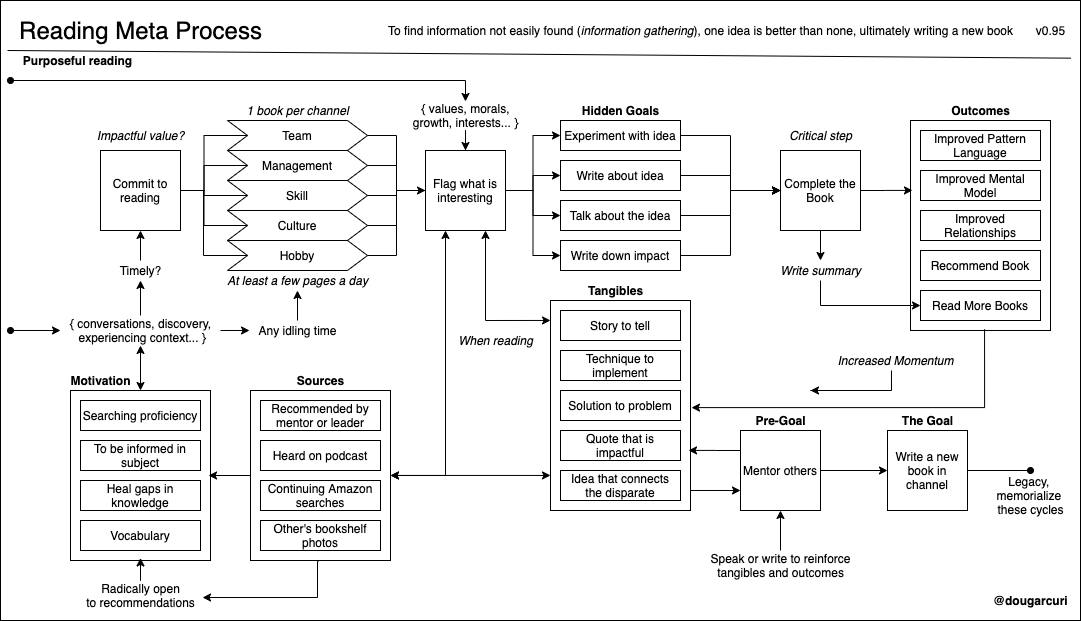
Above: books/diagrams/reading-process.png in solidi/learning-notes (draw.io), before the change. Source tidied: cells renumbered, new cells last; positions are measured from the earlier drawing's top-left corner, leaving out a move shared by most shapes.
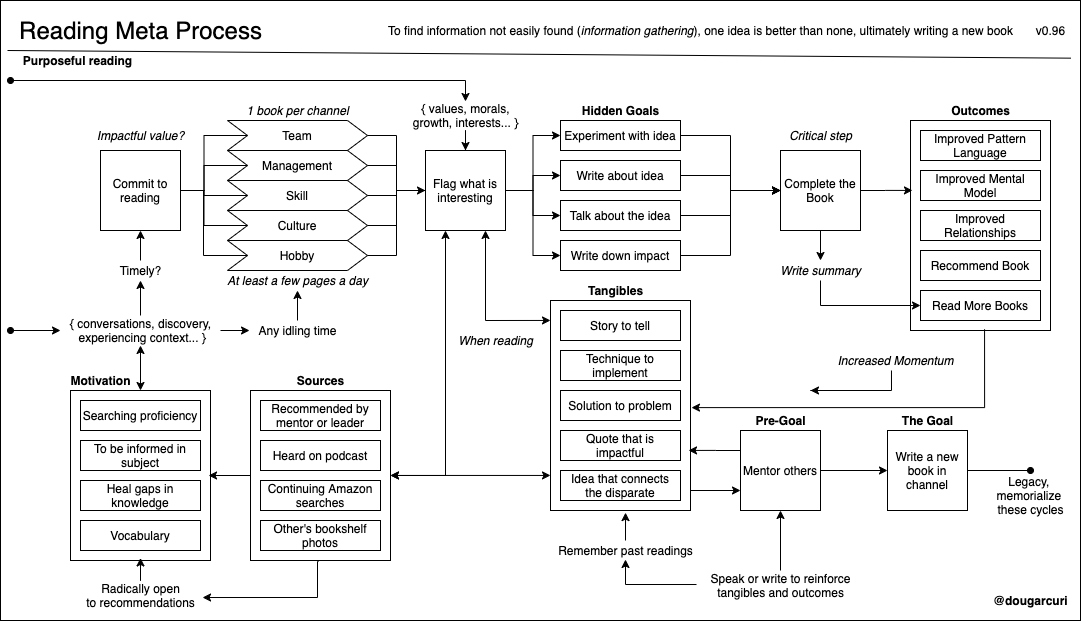
The same file after the commit.

Commit message:
Add remember past readings

The edit, as a diff of the source:
```diff
@@ -95,7 +95,7 @@
     <mxCell id="27" value="Write about idea" style="rounded=0;whiteSpace=wrap;html=1;" parent="1" vertex="1">
       <mxGeometry x="560" y="160" width="120" height="30" as="geometry" />
     </mxCell>
-    <mxCell id="28" value="v0.95" style="text;html=1;align=center;verticalAlign=middle;" parent="1" vertex="1">
+    <mxCell id="28" value="v0.96" style="text;html=1;align=center;verticalAlign=middle;" parent="1" vertex="1">
       <mxGeometry x="1030" y="20" width="40" height="20" as="geometry" />
     </mxCell>
     <mxCell id="29" value="&lt;b&gt;@dougarcuri&lt;/b&gt;" style="text;html=1;align=center;verticalAlign=middle;" parent="1" vertex="1">
@@ -309,8 +309,15 @@
         <mxPoint x="780" y="510" as="targetPoint" />
       </mxGeometry>
     </mxCell>
+    <mxCell id="108" style="edgeStyle=orthogonalEdgeStyle;rounded=0;jettySize=auto;html=1;entryX=0.5;entryY=0.95;entryDx=0;entryDy=0;entryPerimeter=0;startArrow=none;startFill=0;endArrow=classic;endFill=1;exitX=-0.025;exitY=0.467;exitDx=0;exitDy=0;exitPerimeter=0;" parent="1" edge="1" source="93" target="110">
+      <mxGeometry relative="1" as="geometry">
+        <Array as="points">
+          <mxPoint x="625" y="584" />
+        </Array>
+      </mxGeometry>
+    </mxCell>
     <mxCell id="93" value="Speak or write to reinforce&lt;br&gt;tangibles and outcomes" style="text;html=1;align=center;verticalAlign=middle;points=[];" parent="1" vertex="1">
-      <mxGeometry x="700" y="550" width="160" height="30" as="geometry" />
+      <mxGeometry x="700" y="570" width="160" height="30" as="geometry" />
     </mxCell>
     <mxCell id="94" style="edgeStyle=orthogonalEdgeStyle;rounded=0;jettySize=auto;html=1;startArrow=none;startFill=0;endArrow=classic;endFill=1;exitX=0.469;exitY=1;exitDx=0;exitDy=0;exitPerimeter=0;" parent="1" edge="1" source="95">
       <mxGeometry relative="1" as="geometry">
@@ -361,5 +368,11 @@
         </Array>
       </mxGeometry>
     </mxCell>
+    <mxCell id="109" style="edgeStyle=orthogonalEdgeStyle;rounded=0;jettySize=auto;html=1;entryX=0.536;entryY=1.01;entryDx=0;entryDy=0;entryPerimeter=0;startArrow=none;startFill=0;endArrow=classic;endFill=1;" parent="1" edge="1" source="110" target="7">
+      <mxGeometry relative="1" as="geometry" />
+    </mxCell>
+    <mxCell id="110" value="Remember past readings" style="text;html=1;align=center;verticalAlign=middle;points=[];" parent="1" vertex="1">
+      <mxGeometry x="550" y="540" width="150" height="20" as="geometry" />
+    </mxCell>
   </root>
 </mxGraphModel>
```
